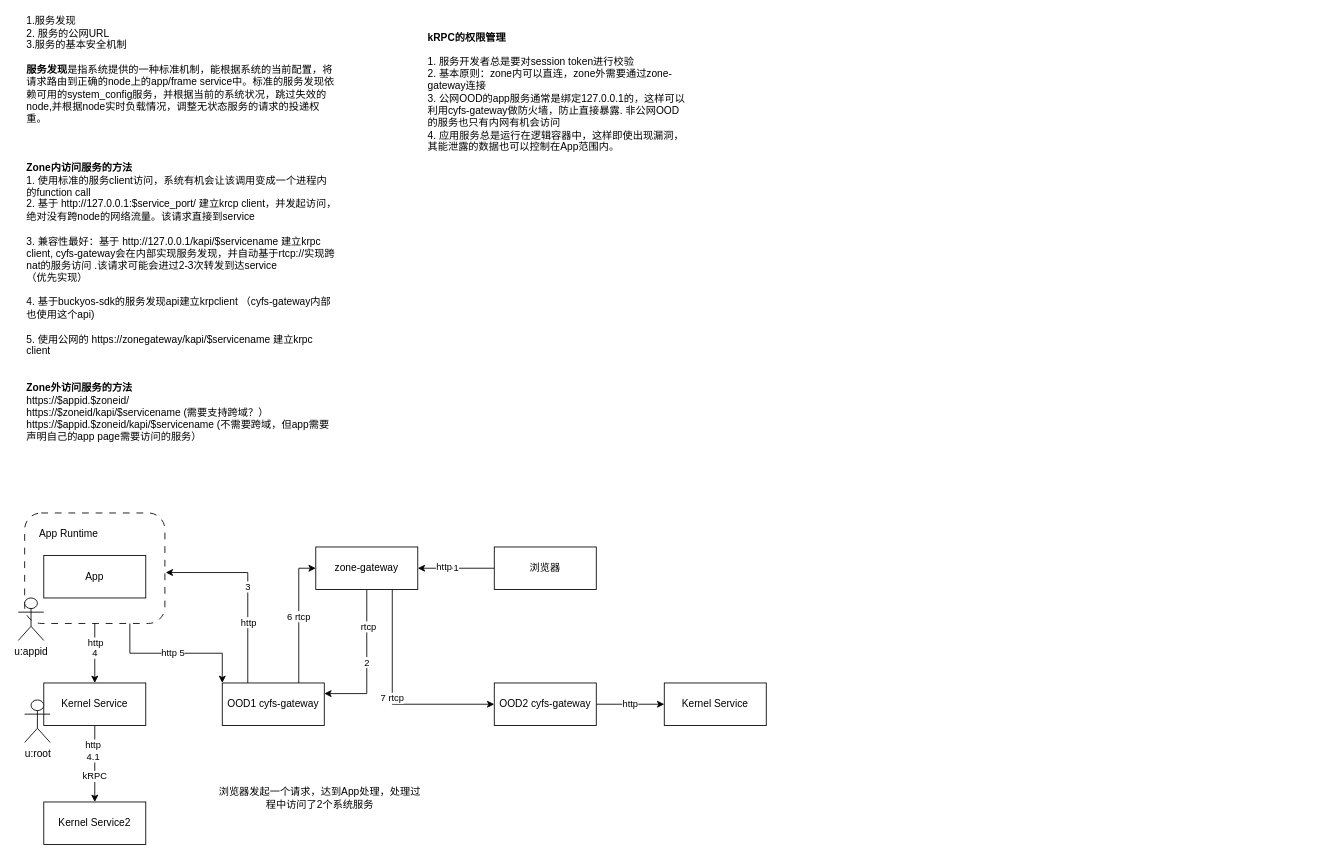
Earlier version of the draw.io diagram page "Service & kRPC" (3 of 11) of doc/BuckyOS Architecture.drawio (buckyos/buckyos). Source tidied: cells renumbered, new cells numbered last; positions are measured from the earlier drawing's top-left corner, leaving out a move shared by most shapes. Both pictures are drawn from the tidied source at 85%, with x=0, y=0 at pixel (18, 20).
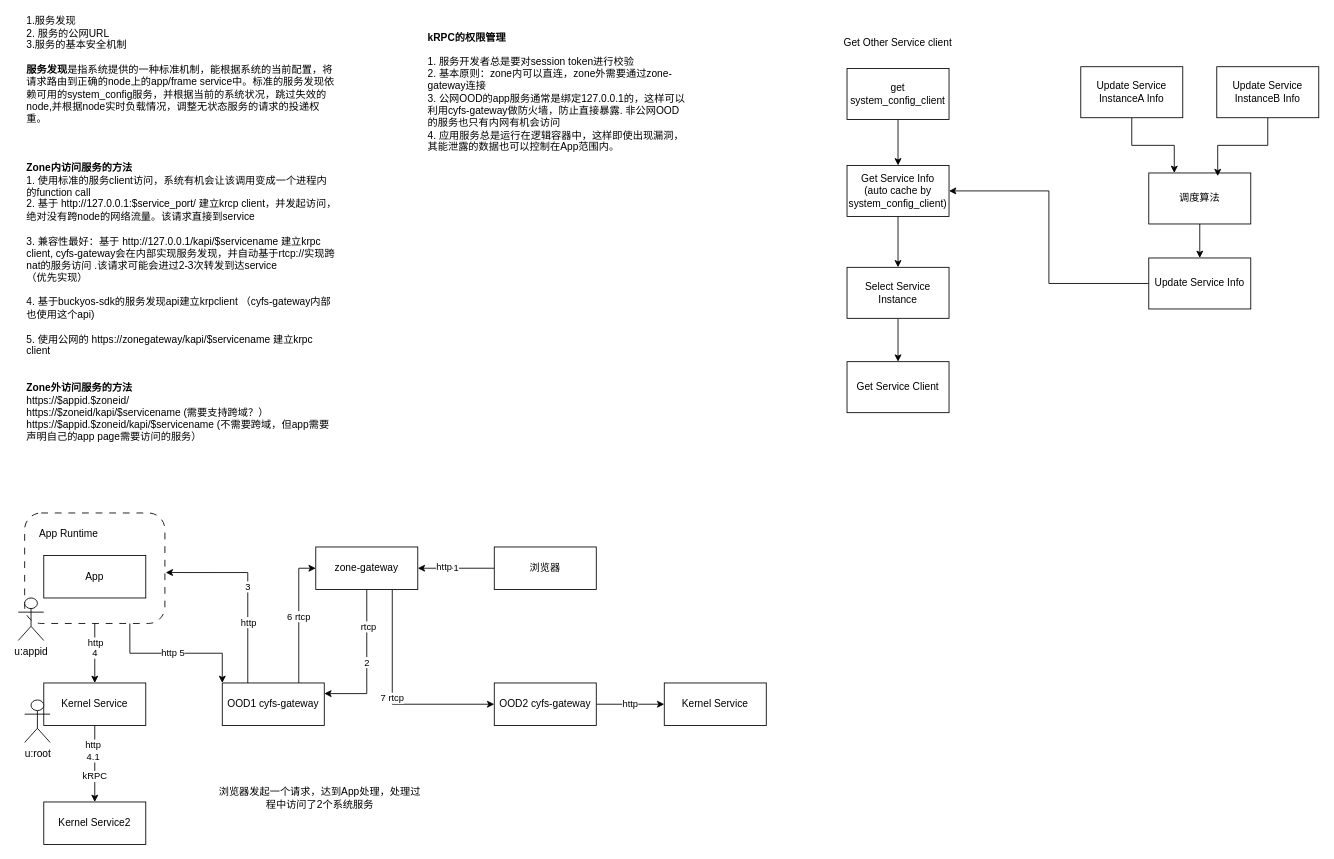
After the change.

Diff of the diagram source:
```diff
@@
+    <mxCell id="32" style="edgeStyle=orthogonalEdgeStyle;rounded=0;jettySize=auto;html=1;exitX=0.5;exitY=1;exitDx=0;exitDy=0;entryX=0.5;entryY=0;entryDx=0;entryDy=0;" parent="1" edge="1" source="33" target="35">
+      <mxGeometry relative="1" as="geometry" />
+    </mxCell>
+    <mxCell id="33" value="get system_config_client" style="rounded=0;whiteSpace=wrap;html=1;" parent="1" vertex="1">
+      <mxGeometry x="975" y="57" width="120" height="60" as="geometry" />
+    </mxCell>
+    <mxCell id="34" style="edgeStyle=orthogonalEdgeStyle;rounded=0;jettySize=auto;html=1;exitX=0.5;exitY=1;exitDx=0;exitDy=0;entryX=0.5;entryY=0;entryDx=0;entryDy=0;" parent="1" edge="1" source="35" target="37">
+      <mxGeometry relative="1" as="geometry" />
+    </mxCell>
+    <mxCell id="35" value="Get Service Info&lt;div&gt;(auto cache by system_config_client)&lt;/div&gt;" style="rounded=0;whiteSpace=wrap;html=1;" parent="1" vertex="1">
+      <mxGeometry x="975" y="171.1" width="120" height="60" as="geometry" />
+    </mxCell>
+    <mxCell id="36" style="edgeStyle=orthogonalEdgeStyle;rounded=0;jettySize=auto;html=1;exitX=0.5;exitY=1;exitDx=0;exitDy=0;entryX=0.5;entryY=0;entryDx=0;entryDy=0;" parent="1" edge="1" source="37" target="38">
+      <mxGeometry relative="1" as="geometry" />
+    </mxCell>
+    <mxCell id="37" value="Select Service Instance" style="rounded=0;whiteSpace=wrap;html=1;" parent="1" vertex="1">
+      <mxGeometry x="975" y="291" width="120" height="60" as="geometry" />
+    </mxCell>
+    <mxCell id="38" value="Get Service Client" style="rounded=0;whiteSpace=wrap;html=1;" parent="1" vertex="1">
+      <mxGeometry x="975" y="402" width="120" height="60" as="geometry" />
+    </mxCell>
+    <mxCell id="39" value="Get Other Service client" style="text;html=1;align=center;verticalAlign=middle;whiteSpace=wrap;rounded=0;" parent="1" vertex="1">
+      <mxGeometry x="960" y="12" width="150" height="30" as="geometry" />
+    </mxCell>
+    <mxCell id="40" style="edgeStyle=orthogonalEdgeStyle;rounded=0;jettySize=auto;html=1;exitX=0.5;exitY=1;exitDx=0;exitDy=0;entryX=0.25;entryY=0;entryDx=0;entryDy=0;" parent="1" edge="1" source="41" target="46">
+      <mxGeometry relative="1" as="geometry" />
+    </mxCell>
+    <mxCell id="41" value="Update Service InstanceA Info" style="rounded=0;whiteSpace=wrap;html=1;" parent="1" vertex="1">
+      <mxGeometry x="1250" y="55" width="120" height="60" as="geometry" />
+    </mxCell>
+    <mxCell id="42" value="Update Service InstanceB Info" style="rounded=0;whiteSpace=wrap;html=1;" parent="1" vertex="1">
+      <mxGeometry x="1410" y="55" width="120" height="60" as="geometry" />
+    </mxCell>
+    <mxCell id="43" style="edgeStyle=orthogonalEdgeStyle;rounded=0;jettySize=auto;html=1;exitX=0;exitY=0.5;exitDx=0;exitDy=0;entryX=1;entryY=0.5;entryDx=0;entryDy=0;" parent="1" edge="1" source="44" target="35">
+      <mxGeometry relative="1" as="geometry" />
+    </mxCell>
+    <mxCell id="44" value="Update Service Info" style="rounded=0;whiteSpace=wrap;html=1;" parent="1" vertex="1">
+      <mxGeometry x="1330" y="280" width="120" height="60" as="geometry" />
+    </mxCell>
+    <mxCell id="45" style="edgeStyle=orthogonalEdgeStyle;rounded=0;jettySize=auto;html=1;" parent="1" edge="1" source="46" target="44">
+      <mxGeometry relative="1" as="geometry" />
+    </mxCell>
+    <mxCell id="46" value="调度算法" style="rounded=0;whiteSpace=wrap;html=1;" parent="1" vertex="1">
+      <mxGeometry x="1330" y="180" width="120" height="60" as="geometry" />
+    </mxCell>
+    <mxCell id="47" style="edgeStyle=orthogonalEdgeStyle;rounded=0;jettySize=auto;html=1;exitX=0.5;exitY=1;exitDx=0;exitDy=0;entryX=0.676;entryY=0.062;entryDx=0;entryDy=0;entryPerimeter=0;" parent="1" edge="1" source="42" target="46">
+      <mxGeometry relative="1" as="geometry" />
+    </mxCell>
```
